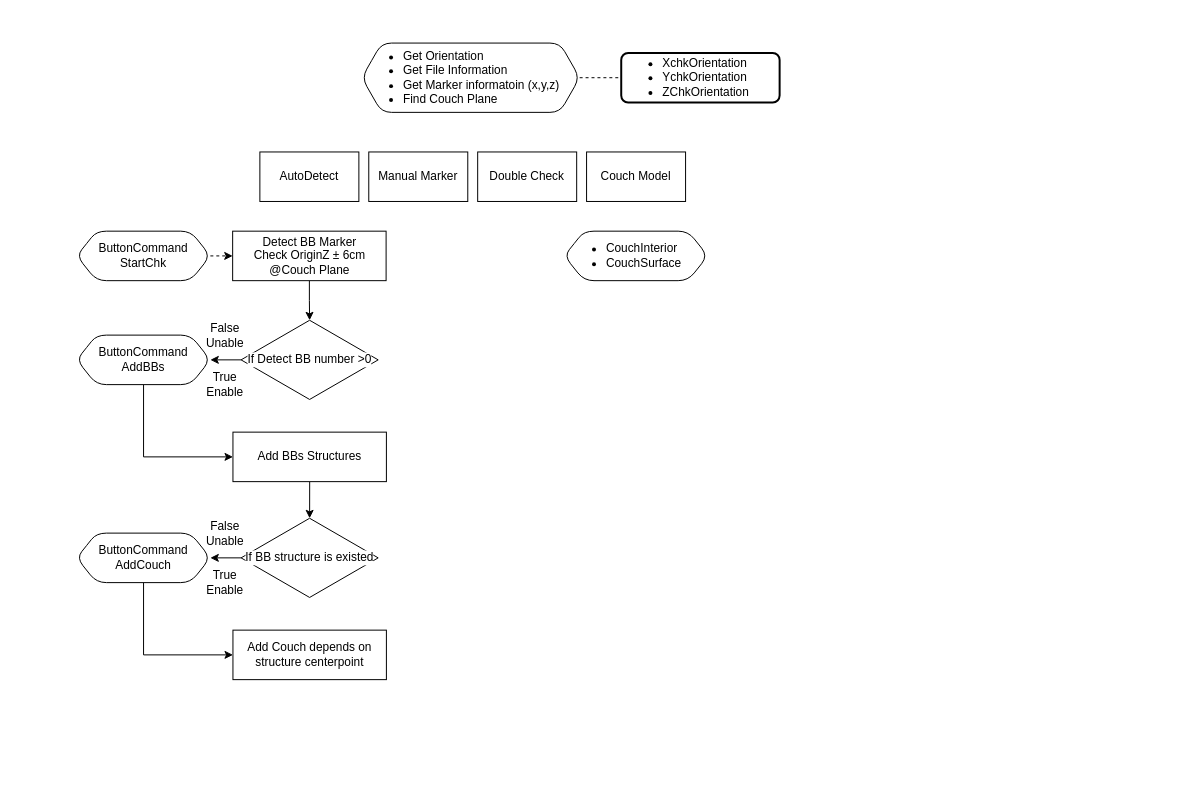
Earlier version of the draw.io diagram Proton&PhotonCouchProcess.drawio (eatingwu1009/CouchInsert). Source tidied: cells renumbered, new cells numbered last; positions are measured from the earlier drawing's top-left corner, leaving out a move shared by most shapes. Both pictures are drawn from the tidied source at 99%, with x=0, y=0 at pixel (76, 43).
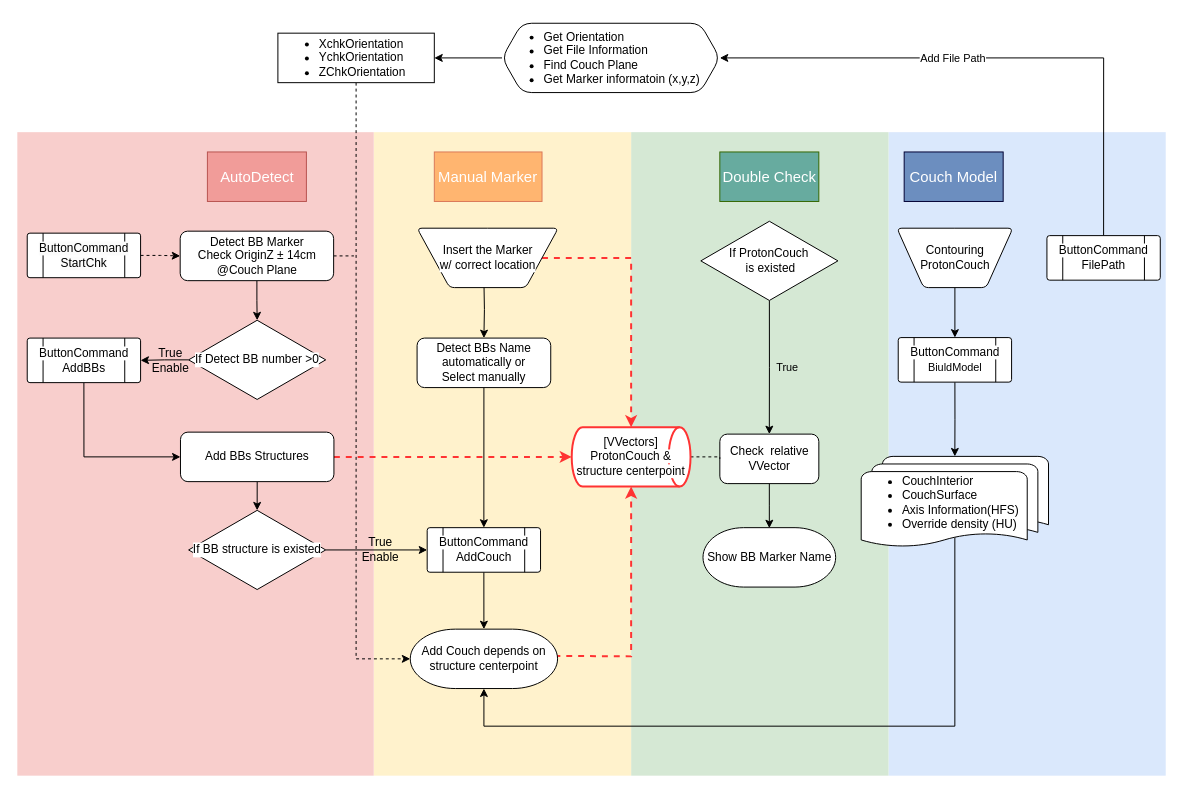
The same diagram, later.

What changed in the source:
```diff
@@
-    <mxCell id="2" style="edgeStyle=orthogonalEdgeStyle;rounded=0;jettySize=auto;html=1;exitX=1;exitY=0.5;exitDx=0;exitDy=0;endArrow=none;endFill=0;dashed=1;" parent="1" edge="1" source="3">
-      <mxGeometry relative="1" as="geometry">
-        <mxPoint x="550" y="35" as="targetPoint" />
-      </mxGeometry>
-    </mxCell>
+    <mxCell id="29" style="rounded=0;whiteSpace=wrap;html=1;fillColor=#dae8fc;strokeColor=none;" parent="1" vertex="1">
+      <mxGeometry x="820" y="90" width="280" height="650" as="geometry" />
+    </mxCell>
+    <mxCell id="30" style="rounded=0;whiteSpace=wrap;html=1;fillColor=#d5e8d4;strokeColor=none;" parent="1" vertex="1">
+      <mxGeometry x="560" y="90" width="260" height="650" as="geometry" />
+    </mxCell>
+    <mxCell id="31" style="rounded=0;whiteSpace=wrap;html=1;fillColor=#fff2cc;strokeColor=none;" parent="1" vertex="1">
+      <mxGeometry x="300" y="90" width="260" height="650" as="geometry" />
+    </mxCell>
+    <mxCell id="32" style="rounded=0;whiteSpace=wrap;html=1;fillColor=#f8cecc;strokeColor=none;" parent="1" vertex="1">
+      <mxGeometry x="-60" y="90" width="360" height="650" as="geometry" />
+    </mxCell>
+    <mxCell id="33" style="edgeStyle=orthogonalEdgeStyle;rounded=0;jettySize=auto;html=1;exitX=0;exitY=0.5;exitDx=0;exitDy=0;entryX=1;entryY=0.5;entryDx=0;entryDy=0;" parent="1" edge="1" source="3" target="11">
+      <mxGeometry relative="1" as="geometry" />
+    </mxCell>
-    <mxCell id="3" value="&lt;ul&gt;&lt;li&gt;Get Orientation&lt;/li&gt;&lt;li style=&quot;border-color: var(--border-color);&quot;&gt;Get File Information&lt;/li&gt;&lt;li style=&quot;border-color: var(--border-color);&quot;&gt;Get Marker informatoin (x,y,z)&lt;/li&gt;&lt;li&gt;Find Couch Plane&lt;/li&gt;&lt;/ul&gt;" style="shape=hexagon;perimeter=hexagonPerimeter2;whiteSpace=wrap;html=1;fixedSize=1;rounded=1;align=left;" parent="1" vertex="1">
-      <mxGeometry x="288" width="220" height="70" as="geometry" />
+    <mxCell id="3" value="&lt;ul&gt;&lt;li&gt;Get Orientation&lt;/li&gt;&lt;li style=&quot;border-color: var(--border-color);&quot;&gt;Get File Information&lt;/li&gt;&lt;li&gt;Find Couch Plane&lt;/li&gt;&lt;li style=&quot;border-color: var(--border-color);&quot;&gt;Get Marker informatoin (x,y,z)&lt;/li&gt;&lt;/ul&gt;" style="shape=hexagon;perimeter=hexagonPerimeter2;whiteSpace=wrap;html=1;fixedSize=1;rounded=1;align=left;" parent="1" vertex="1">
+      <mxGeometry x="429.6" y="-20" width="220" height="70" as="geometry" />
     </mxCell>
-    <mxCell id="4" value="AutoDetect" style="rounded=0;whiteSpace=wrap;html=1;" parent="1" vertex="1">
-      <mxGeometry x="185" y="110" width="100" height="50" as="geometry" />
+    <mxCell id="4" value="AutoDetect" style="rounded=0;html=1;fillColor=#F19C99;strokeColor=#b85450;fontColor=#FFFFFF;fontSize=15;" parent="1" vertex="1">
+      <mxGeometry x="132" y="110" width="100" height="50" as="geometry" />
     </mxCell>
-    <mxCell id="5" value="Manual Marker" style="rounded=0;whiteSpace=wrap;html=1;" parent="1" vertex="1">
-      <mxGeometry x="295" y="110" width="100" height="50" as="geometry" />
+    <mxCell id="5" value="&lt;font color=&quot;#ffffff&quot; style=&quot;font-size: 15px;&quot;&gt;Manual Marker&lt;/font&gt;" style="rounded=0;whiteSpace=wrap;html=1;fillColor=#FFB570;strokeColor=#da7858;" parent="1" vertex="1">
+      <mxGeometry x="361.2" y="110" width="108.8" height="50" as="geometry" />
     </mxCell>
-    <mxCell id="6" value="Double Check" style="rounded=0;whiteSpace=wrap;html=1;" parent="1" vertex="1">
-      <mxGeometry x="405" y="110" width="100" height="50" as="geometry" />
+    <mxCell id="6" value="&lt;font color=&quot;#ffffff&quot; style=&quot;font-size: 15px;&quot;&gt;Double Check&lt;/font&gt;" style="rounded=0;whiteSpace=wrap;html=1;fillColor=#67AB9F;strokeColor=#336600;" parent="1" vertex="1">
+      <mxGeometry x="649.6" y="110" width="100" height="50" as="geometry" />
     </mxCell>
-    <mxCell id="7" value="Couch Model" style="rounded=0;whiteSpace=wrap;html=1;" parent="1" vertex="1">
-      <mxGeometry x="515" y="110" width="100" height="50" as="geometry" />
+    <mxCell id="7" value="&lt;font style=&quot;font-size: 15px;&quot; color=&quot;#ffffff&quot;&gt;Couch Model&lt;/font&gt;" style="rounded=0;whiteSpace=wrap;html=1;fillColor=#6C8EBF;strokeColor=#000033;" parent="1" vertex="1">
+      <mxGeometry x="835.8" y="110" width="100" height="50" as="geometry" />
     </mxCell>
-    <mxCell id="8" value="&lt;ul&gt;&lt;li&gt;CouchInterior&lt;/li&gt;&lt;li&gt;CouchSurface&lt;/li&gt;&lt;/ul&gt;" style="shape=hexagon;perimeter=hexagonPerimeter2;whiteSpace=wrap;html=1;fixedSize=1;rounded=1;align=left;" parent="1" vertex="1">
-      <mxGeometry x="492.5" y="190" width="145" height="50" as="geometry" />
-    </mxCell>
@@
-    <mxCell id="10" value="ButtonCommand&lt;br&gt;StartChk" style="shape=hexagon;perimeter=hexagonPerimeter2;whiteSpace=wrap;html=1;fixedSize=1;rounded=1;align=center;" parent="1" vertex="1">
-      <mxGeometry y="190" width="135" height="50" as="geometry" />
-    </mxCell>
+    <mxCell id="34" style="edgeStyle=orthogonalEdgeStyle;rounded=0;jettySize=auto;html=1;exitX=0.5;exitY=1;exitDx=0;exitDy=0;entryX=0;entryY=0.5;entryDx=0;entryDy=0;entryPerimeter=0;dashed=1;" parent="1" edge="1" source="11" target="22">
+      <mxGeometry relative="1" as="geometry" />
+    </mxCell>
-    <mxCell id="11" value="&lt;ul&gt;&lt;li&gt;XchkOrientation&lt;/li&gt;&lt;li&gt;YchkOrientation&lt;/li&gt;&lt;li&gt;ZChkOrientation&lt;/li&gt;&lt;/ul&gt;" style="rounded=1;whiteSpace=wrap;html=1;absoluteArcSize=1;arcSize=14;strokeWidth=2;align=left;" parent="1" vertex="1">
-      <mxGeometry x="550" y="10" width="160" height="50" as="geometry" />
+    <mxCell id="11" value="&lt;ul&gt;&lt;li&gt;XchkOrientation&lt;/li&gt;&lt;li&gt;YchkOrientation&lt;/li&gt;&lt;li&gt;ZChkOrientation&lt;/li&gt;&lt;/ul&gt;" style="rounded=0;whiteSpace=wrap;html=1;absoluteArcSize=1;arcSize=14;strokeWidth=1;align=left;" parent="1" vertex="1">
+      <mxGeometry x="203.2" y="-10" width="158" height="50" as="geometry" />
     </mxCell>
@@
+    <mxCell id="35" style="edgeStyle=orthogonalEdgeStyle;rounded=0;jettySize=auto;html=1;exitX=1;exitY=0.5;exitDx=0;exitDy=0;endArrow=none;endFill=0;dashed=1;" parent="1" edge="1" source="13">
+      <mxGeometry relative="1" as="geometry">
+        <mxPoint x="280" y="215" as="targetPoint" />
+      </mxGeometry>
+    </mxCell>
-    <mxCell id="13" value="Detect BB Marker&lt;br&gt;Check OriginZ&amp;nbsp;± 6cm &lt;br&gt;@Couch Plane" style="rounded=0;whiteSpace=wrap;html=1;" parent="1" vertex="1">
-      <mxGeometry x="157.5" y="190" width="155" height="50" as="geometry" />
+    <mxCell id="13" value="Detect BB Marker&lt;br&gt;Check OriginZ&amp;nbsp;± 14cm &lt;br&gt;@Couch Plane" style="rounded=1;whiteSpace=wrap;html=1;" parent="1" vertex="1">
+      <mxGeometry x="104.5" y="190" width="155" height="50" as="geometry" />
     </mxCell>
@@
+    <mxCell id="36" style="edgeStyle=orthogonalEdgeStyle;rounded=0;jettySize=auto;html=1;exitX=1;exitY=0.5;exitDx=0;exitDy=0;entryX=0;entryY=0.5;entryDx=0;entryDy=0;dashed=1;entryPerimeter=0;strokeWidth=2;strokeColor=#FF3333;" parent="1" edge="1" source="15" target="58">
+      <mxGeometry relative="1" as="geometry" />
+    </mxCell>
-    <mxCell id="15" value="Add BBs Structures" style="rounded=0;whiteSpace=wrap;html=1;" parent="1" vertex="1">
-      <mxGeometry x="157.8" y="393" width="155" height="50" as="geometry" />
+    <mxCell id="15" value="Add BBs Structures" style="rounded=1;whiteSpace=wrap;html=1;" parent="1" vertex="1">
+      <mxGeometry x="104.8" y="393" width="155" height="50" as="geometry" />
     </mxCell>
@@
     <mxCell id="17" value="If Detect BB number &amp;gt;0" style="strokeWidth=1;html=1;shape=mxgraph.flowchart.decision;whiteSpace=wrap;labelBackgroundColor=#FFFFFF;" parent="1" vertex="1">
-      <mxGeometry x="166" y="280" width="138.5" height="80" as="geometry" />
+      <mxGeometry x="113" y="280" width="138.5" height="80" as="geometry" />
     </mxCell>
@@
-    <mxCell id="19" value="ButtonCommand&lt;br&gt;AddBBs" style="shape=hexagon;perimeter=hexagonPerimeter2;whiteSpace=wrap;html=1;fixedSize=1;rounded=1;align=center;" parent="1" vertex="1">
-      <mxGeometry y="295" width="135" height="50" as="geometry" />
-    </mxCell>
-    <mxCell id="20" value="False&lt;br&gt;Unable" style="text;html=1;strokeColor=none;fillColor=none;align=center;verticalAlign=middle;whiteSpace=wrap;rounded=0;" parent="1" vertex="1">
-      <mxGeometry x="120" y="280" width="60" height="30" as="geometry" />
-    </mxCell>
     <mxCell id="21" value="True&lt;br&gt;Enable" style="text;html=1;strokeColor=none;fillColor=none;align=center;verticalAlign=middle;whiteSpace=wrap;rounded=0;" parent="1" vertex="1">
-      <mxGeometry x="120" y="330" width="60" height="30" as="geometry" />
+      <mxGeometry x="64.5" y="306" width="60" height="30" as="geometry" />
     </mxCell>
-    <mxCell id="22" value="Add Couch depends on&lt;br&gt;structure centerpoint" style="rounded=0;whiteSpace=wrap;html=1;" parent="1" vertex="1">
-      <mxGeometry x="157.8" y="593" width="155" height="50" as="geometry" />
-    </mxCell>
-    <mxCell id="23" style="edgeStyle=orthogonalEdgeStyle;rounded=0;jettySize=auto;html=1;exitX=0;exitY=0.5;exitDx=0;exitDy=0;exitPerimeter=0;entryX=1;entryY=0.5;entryDx=0;entryDy=0;" parent="1" edge="1" source="24" target="26">
+    <mxCell id="23" style="edgeStyle=orthogonalEdgeStyle;rounded=0;jettySize=auto;html=1;exitX=1;exitY=0.5;exitDx=0;exitDy=0;exitPerimeter=0;entryX=0;entryY=0.5;entryDx=0;entryDy=0;" parent="1" edge="1" source="24" target="26">
       <mxGeometry relative="1" as="geometry" />
     </mxCell>
     <mxCell id="24" value="If BB structure is existed" style="strokeWidth=1;html=1;shape=mxgraph.flowchart.decision;whiteSpace=wrap;labelBackgroundColor=#FFFFFF;" parent="1" vertex="1">
-      <mxGeometry x="166" y="480" width="138.5" height="80" as="geometry" />
+      <mxGeometry x="113" y="472" width="138.5" height="80" as="geometry" />
     </mxCell>
-    <mxCell id="25" style="edgeStyle=orthogonalEdgeStyle;rounded=0;jettySize=auto;html=1;exitX=0.5;exitY=1;exitDx=0;exitDy=0;entryX=0;entryY=0.5;entryDx=0;entryDy=0;" parent="1" edge="1" source="26" target="22">
+    <mxCell id="25" style="edgeStyle=orthogonalEdgeStyle;rounded=0;jettySize=auto;html=1;exitX=0.5;exitY=1;exitDx=0;exitDy=0;entryX=0.5;entryY=0;entryDx=0;entryDy=0;entryPerimeter=0;" parent="1" edge="1" source="26" target="22">
       <mxGeometry relative="1" as="geometry" />
     </mxCell>
+    <mxCell id="28" value="True&lt;br&gt;Enable" style="text;html=1;strokeColor=none;fillColor=none;align=center;verticalAlign=middle;whiteSpace=wrap;rounded=0;" parent="1" vertex="1">
+      <mxGeometry x="276.9" y="497" width="60" height="30" as="geometry" />
+    </mxCell>
+    <mxCell id="37" style="edgeStyle=orthogonalEdgeStyle;rounded=0;jettySize=auto;html=1;exitX=0.5;exitY=1;exitDx=0;exitDy=0;" parent="1" edge="1" target="39">
+      <mxGeometry relative="1" as="geometry">
+        <mxPoint x="411.3" y="239" as="sourcePoint" />
+      </mxGeometry>
+    </mxCell>
+    <mxCell id="38" style="edgeStyle=orthogonalEdgeStyle;rounded=0;jettySize=auto;html=1;exitX=0.5;exitY=1;exitDx=0;exitDy=0;entryX=0.5;entryY=0;entryDx=0;entryDy=0;" parent="1" edge="1" source="39" target="26">
+      <mxGeometry relative="1" as="geometry" />
+    </mxCell>
+    <mxCell id="39" value="Detect BBs Name automatically or&lt;br&gt;Select manually" style="rounded=1;whiteSpace=wrap;html=1;" parent="1" vertex="1">
+      <mxGeometry x="343.8" y="298" width="135" height="50" as="geometry" />
+    </mxCell>
+    <mxCell id="40" style="edgeStyle=orthogonalEdgeStyle;rounded=0;jettySize=auto;html=1;exitX=0.5;exitY=1;exitDx=0;exitDy=0;exitPerimeter=0;entryX=0.5;entryY=0;entryDx=0;entryDy=0;" parent="1" edge="1" source="42" target="44">
+      <mxGeometry relative="1" as="geometry" />
+    </mxCell>
+    <mxCell id="41" value="True" style="edgeLabel;html=1;align=left;verticalAlign=middle;labelBackgroundColor=none;labelPosition=right;verticalLabelPosition=middle;" parent="40" vertex="1">
+      <mxGeometry relative="1" as="geometry">
+        <mxPoint x="5" as="offset" />
+      </mxGeometry>
+    </mxCell>
+    <mxCell id="42" value="If ProtonCouch&lt;br&gt;&amp;nbsp;is existed" style="strokeWidth=1;html=1;shape=mxgraph.flowchart.decision;whiteSpace=wrap;labelBackgroundColor=#FFFFFF;" parent="1" vertex="1">
+      <mxGeometry x="630.4" y="180" width="138.5" height="80" as="geometry" />
+    </mxCell>
+    <mxCell id="43" style="edgeStyle=orthogonalEdgeStyle;rounded=0;jettySize=auto;html=1;exitX=0.5;exitY=1;exitDx=0;exitDy=0;entryX=0.5;entryY=0;entryDx=0;entryDy=0;" parent="1" edge="1" source="44">
+      <mxGeometry relative="1" as="geometry">
+        <mxPoint x="699.6" y="490" as="targetPoint" />
+      </mxGeometry>
+    </mxCell>
+    <mxCell id="44" value="Check&amp;nbsp; relative VVector" style="rounded=1;whiteSpace=wrap;html=1;" parent="1" vertex="1">
+      <mxGeometry x="649.6" y="395" width="100" height="50" as="geometry" />
+    </mxCell>
+    <mxCell id="45" style="edgeStyle=orthogonalEdgeStyle;rounded=0;jettySize=auto;html=1;entryX=0.5;entryY=1;entryDx=0;entryDy=0;entryPerimeter=0;dashed=1;strokeWidth=2;strokeColor=#FF3333;" parent="1" edge="1" target="58">
+      <mxGeometry relative="1" as="geometry">
+        <mxPoint x="482.5" y="619" as="sourcePoint" />
+      </mxGeometry>
+    </mxCell>
+    <mxCell id="46" style="edgeStyle=orthogonalEdgeStyle;rounded=0;jettySize=auto;html=1;exitX=1;exitY=0.5;exitDx=0;exitDy=0;entryX=0;entryY=0.5;entryDx=0;entryDy=0;endArrow=none;endFill=0;dashed=1;exitPerimeter=0;" parent="1" edge="1" source="58" target="44">
+      <mxGeometry relative="1" as="geometry" />
+    </mxCell>
+    <mxCell id="47" style="edgeStyle=orthogonalEdgeStyle;rounded=0;jettySize=auto;html=1;exitX=1;exitY=0.5;exitDx=0;exitDy=0;entryX=0.5;entryY=0;entryDx=0;entryDy=0;entryPerimeter=0;dashed=1;strokeWidth=2;strokeColor=#FF3333;" parent="1" edge="1" source="48" target="58">
+      <mxGeometry relative="1" as="geometry" />
+    </mxCell>
+    <mxCell id="48" value="&lt;span style=&quot;background-color: rgb(255, 255, 255);&quot;&gt;Insert the Marker&lt;br style=&quot;border-color: var(--border-color);&quot;&gt;w/ correct location&lt;/span&gt;" style="verticalLabelPosition=middle;verticalAlign=middle;html=1;shape=trapezoid;perimeter=trapezoidPerimeter;whiteSpace=wrap;size=0.23;arcSize=10;flipV=1;labelPosition=center;align=center;rounded=1;" parent="1" vertex="1">
+      <mxGeometry x="343.8" y="187" width="142.6" height="60" as="geometry" />
+    </mxCell>
+    <mxCell id="10" value="&lt;div style=&quot;&quot;&gt;&lt;/div&gt;&lt;span style=&quot;border-color: var(--border-color); color: rgb(0, 0, 0); font-family: Helvetica; font-size: 12px; font-style: normal; font-variant-ligatures: normal; font-variant-caps: normal; font-weight: 400; letter-spacing: normal; orphans: 2; text-align: center; text-indent: 0px; text-transform: none; widows: 2; word-spacing: 0px; -webkit-text-stroke-width: 0px; text-decoration-thickness: initial; text-decoration-style: initial; text-decoration-color: initial; background-color: rgb(251, 251, 251); float: none; display: inline !important;&quot;&gt;ButtonCommand&lt;/span&gt;&lt;br style=&quot;border-color: var(--border-color); color: rgb(0, 0, 0); font-family: Helvetica; font-size: 12px; font-style: normal; font-variant-ligatures: normal; font-variant-caps: normal; font-weight: 400; letter-spacing: normal; orphans: 2; text-align: center; text-indent: 0px; text-transform: none; widows: 2; word-spacing: 0px; -webkit-text-stroke-width: 0px; text-decoration-thickness: initial; text-decoration-style: initial; text-decoration-color: initial; background-color: rgb(251, 251, 251);&quot;&gt;&lt;span style=&quot;border-color: var(--border-color); color: rgb(0, 0, 0); font-family: Helvetica; font-size: 12px; font-style: normal; font-variant-ligatures: normal; font-variant-caps: normal; font-weight: 400; letter-spacing: normal; orphans: 2; text-align: center; text-indent: 0px; text-transform: none; widows: 2; word-spacing: 0px; -webkit-text-stroke-width: 0px; text-decoration-thickness: initial; text-decoration-style: initial; text-decoration-color: initial; background-color: rgb(251, 251, 251); float: none; display: inline !important;&quot;&gt;StartChk&lt;/span&gt;" style="verticalLabelPosition=middle;verticalAlign=middle;html=1;shape=process;whiteSpace=wrap;rounded=1;size=0.14;arcSize=6;horizontal=1;labelPosition=center;align=center;" parent="1" vertex="1">
+      <mxGeometry x="-50" y="192" width="114.5" height="45" as="geometry" />
+    </mxCell>
+    <mxCell id="19" value="&lt;div style=&quot;&quot;&gt;&lt;/div&gt;&lt;span style=&quot;background-color: rgb(255, 255, 255);&quot;&gt;ButtonCommand&lt;br style=&quot;border-color: var(--border-color);&quot;&gt;AddBBs&lt;/span&gt;" style="verticalLabelPosition=middle;verticalAlign=middle;html=1;shape=process;whiteSpace=wrap;rounded=1;size=0.14;arcSize=6;horizontal=1;labelPosition=center;align=center;" parent="1" vertex="1">
+      <mxGeometry x="-50" y="298" width="114.5" height="45" as="geometry" />
+    </mxCell>
-    <mxCell id="26" value="ButtonCommand&lt;br&gt;AddCouch" style="shape=hexagon;perimeter=hexagonPerimeter2;whiteSpace=wrap;html=1;fixedSize=1;rounded=1;align=center;" parent="1" vertex="1">
-      <mxGeometry y="495" width="135" height="50" as="geometry" />
+    <mxCell id="26" value="&lt;span style=&quot;background-color: rgb(255, 255, 255);&quot;&gt;ButtonCommand&lt;br style=&quot;border-color: var(--border-color);&quot;&gt;AddCouch&lt;/span&gt;&lt;div style=&quot;&quot;&gt;&lt;/div&gt;" style="verticalLabelPosition=middle;verticalAlign=middle;html=1;shape=process;whiteSpace=wrap;rounded=1;size=0.14;arcSize=6;horizontal=1;labelPosition=center;align=center;" parent="1" vertex="1">
+      <mxGeometry x="354" y="489.5" width="114.5" height="45" as="geometry" />
     </mxCell>
-    <mxCell id="27" value="False&lt;br&gt;Unable" style="text;html=1;strokeColor=none;fillColor=none;align=center;verticalAlign=middle;whiteSpace=wrap;rounded=0;" parent="1" vertex="1">
-      <mxGeometry x="120" y="480" width="60" height="30" as="geometry" />
-    </mxCell>
-    <mxCell id="28" value="True&lt;br&gt;Enable" style="text;html=1;strokeColor=none;fillColor=none;align=center;verticalAlign=middle;whiteSpace=wrap;rounded=0;" parent="1" vertex="1">
-      <mxGeometry x="120" y="530" width="60" height="30" as="geometry" />
-    </mxCell>
+    <mxCell id="49" style="edgeStyle=orthogonalEdgeStyle;rounded=0;jettySize=auto;html=1;exitX=0.5;exitY=0.88;exitDx=0;exitDy=0;exitPerimeter=0;entryX=0.5;entryY=1;entryDx=0;entryDy=0;entryPerimeter=0;" parent="1" edge="1" source="50" target="22">
+      <mxGeometry relative="1" as="geometry">
+        <Array as="points">
+          <mxPoint x="887" y="690" />
+          <mxPoint x="411" y="690" />
+        </Array>
+      </mxGeometry>
+    </mxCell>
+    <mxCell id="50" value="&lt;ul&gt;&lt;li&gt;&lt;span style=&quot;background-color: rgb(255, 255, 255);&quot;&gt;CouchInterior&lt;/span&gt;&lt;/li&gt;&lt;li&gt;&lt;span style=&quot;background-color: rgb(255, 255, 255);&quot;&gt;CouchSurface&lt;/span&gt;&lt;/li&gt;&lt;li&gt;&lt;span style=&quot;background-color: rgb(255, 255, 255);&quot;&gt;Axis Information(HFS)&lt;/span&gt;&lt;/li&gt;&lt;li&gt;&lt;span style=&quot;background-color: rgb(255, 255, 255);&quot;&gt;Override density (HU)&lt;/span&gt;&lt;/li&gt;&lt;/ul&gt;" style="strokeWidth=1;html=1;shape=mxgraph.flowchart.multi-document;whiteSpace=wrap;align=left;" parent="1" vertex="1">
+      <mxGeometry x="792.4" y="417.5" width="189.2" height="92.5" as="geometry" />
+    </mxCell>
+    <mxCell id="51" style="edgeStyle=orthogonalEdgeStyle;rounded=0;jettySize=auto;html=1;exitX=0.5;exitY=0;exitDx=0;exitDy=0;entryX=1;entryY=0.5;entryDx=0;entryDy=0;" parent="1" edge="1" source="53" target="3">
+      <mxGeometry relative="1" as="geometry" />
+    </mxCell>
+    <mxCell id="52" value="Add File Path" style="edgeLabel;html=1;align=center;verticalAlign=middle;" parent="51" vertex="1">
+      <mxGeometry x="0.17" relative="1" as="geometry" />
+    </mxCell>
+    <mxCell id="53" value="&lt;span style=&quot;background-color: rgb(255, 255, 255);&quot;&gt;ButtonCommand&lt;br style=&quot;border-color: var(--border-color);&quot;&gt;FilePath&lt;/span&gt;&lt;div style=&quot;&quot;&gt;&lt;/div&gt;" style="verticalLabelPosition=middle;verticalAlign=middle;html=1;shape=process;whiteSpace=wrap;rounded=1;size=0.14;arcSize=6;horizontal=1;labelPosition=center;align=center;" parent="1" vertex="1">
+      <mxGeometry x="980" y="194.5" width="114.5" height="45" as="geometry" />
+    </mxCell>
+    <mxCell id="54" style="edgeStyle=orthogonalEdgeStyle;rounded=0;jettySize=auto;html=1;exitX=0.5;exitY=1;exitDx=0;exitDy=0;entryX=0.5;entryY=0;entryDx=0;entryDy=0;" parent="1" edge="1" source="55" target="57">
+      <mxGeometry relative="1" as="geometry" />
+    </mxCell>
+    <mxCell id="55" value="&lt;span style=&quot;background-color: rgb(255, 255, 255);&quot;&gt;Contouring &lt;br&gt;ProtonCouch&lt;/span&gt;" style="verticalLabelPosition=middle;verticalAlign=middle;html=1;shape=trapezoid;perimeter=trapezoidPerimeter;whiteSpace=wrap;size=0.23;arcSize=10;flipV=1;labelPosition=center;align=center;rounded=1;" parent="1" vertex="1">
+      <mxGeometry x="828.5" y="187" width="117.1" height="60" as="geometry" />
+    </mxCell>
+    <mxCell id="56" style="edgeStyle=orthogonalEdgeStyle;rounded=0;jettySize=auto;html=1;exitX=0.5;exitY=1;exitDx=0;exitDy=0;entryX=0.5;entryY=0;entryDx=0;entryDy=0;entryPerimeter=0;" parent="1" edge="1" source="57" target="50">
+      <mxGeometry relative="1" as="geometry" />
+    </mxCell>
+    <mxCell id="57" value="&lt;span style=&quot;background-color: rgb(255, 255, 255);&quot;&gt;ButtonCommand&lt;br style=&quot;border-color: var(--border-color);&quot;&gt;&lt;span style=&quot;font-size: 11px;&quot;&gt;Biuld&lt;/span&gt;&lt;span style=&quot;font-size: 11px;&quot;&gt;Model&lt;/span&gt;&lt;br&gt;&lt;/span&gt;&lt;div style=&quot;&quot;&gt;&lt;/div&gt;" style="verticalLabelPosition=middle;verticalAlign=middle;html=1;shape=process;whiteSpace=wrap;rounded=1;size=0.14;arcSize=6;horizontal=1;labelPosition=center;align=center;" parent="1" vertex="1">
+      <mxGeometry x="829.8" y="297.5" width="114.5" height="45" as="geometry" />
+    </mxCell>
+    <mxCell id="22" value="Add Couch depends on&lt;br style=&quot;border-color: var(--border-color);&quot;&gt;structure centerpoint" style="strokeWidth=1;html=1;shape=mxgraph.flowchart.terminator;whiteSpace=wrap;" parent="1" vertex="1">
+      <mxGeometry x="336.9" y="592" width="148.8" height="60" as="geometry" />
+    </mxCell>
+    <mxCell id="58" value="&lt;span style=&quot;background-color: rgb(255, 255, 255);&quot;&gt;[VVectors]&lt;br&gt;ProtonCouch &amp;amp; structure centerpoint&lt;/span&gt;" style="strokeWidth=2;html=1;shape=mxgraph.flowchart.direct_data;whiteSpace=wrap;strokeColor=#FF3333;" parent="1" vertex="1">
+      <mxGeometry x="500" y="388" width="120" height="60" as="geometry" />
+    </mxCell>
+    <mxCell id="59" value="Show BB Marker Name" style="strokeWidth=1;html=1;shape=mxgraph.flowchart.terminator;whiteSpace=wrap;" parent="1" vertex="1">
+      <mxGeometry x="632.6" y="489.5" width="134" height="60" as="geometry" />
+    </mxCell>
```
